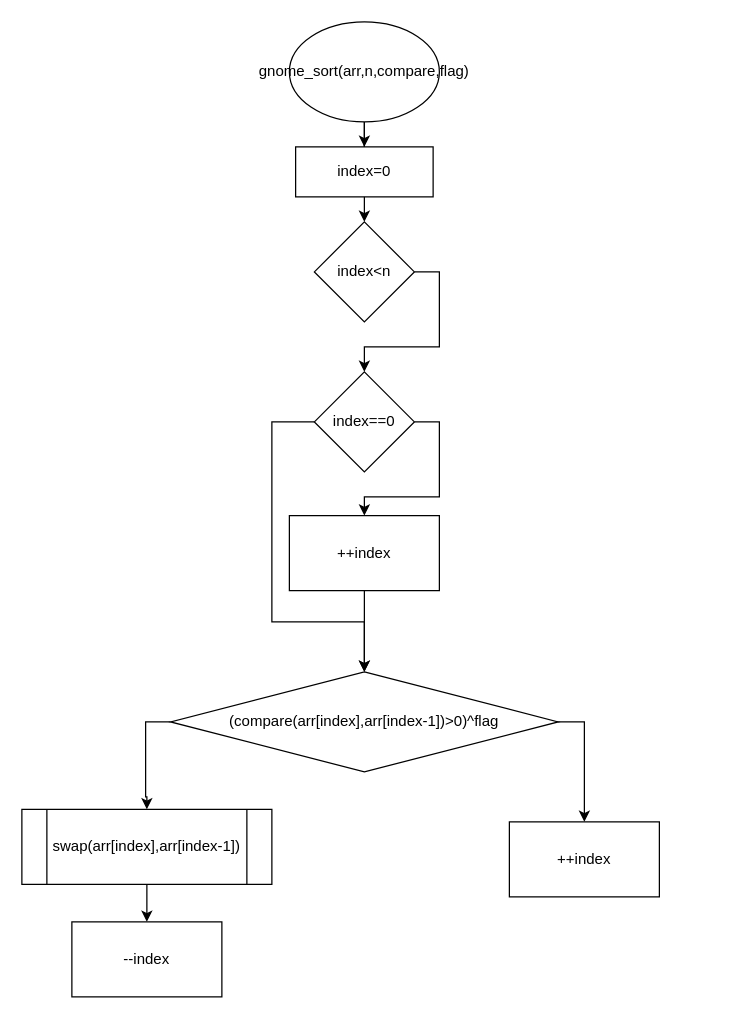
The draw.io diagram page "gnome_sort" (1 of 5) of lab5.drawio in Alvald1/draw.io, before the edit. Source tidied: cells renumbered, new cells numbered last; positions are measured from the earlier drawing's top-left corner, leaving out a move shared by most shapes. Both pictures are drawn from the tidied source at 125%, with x=0, y=0 at pixel (21, 21).
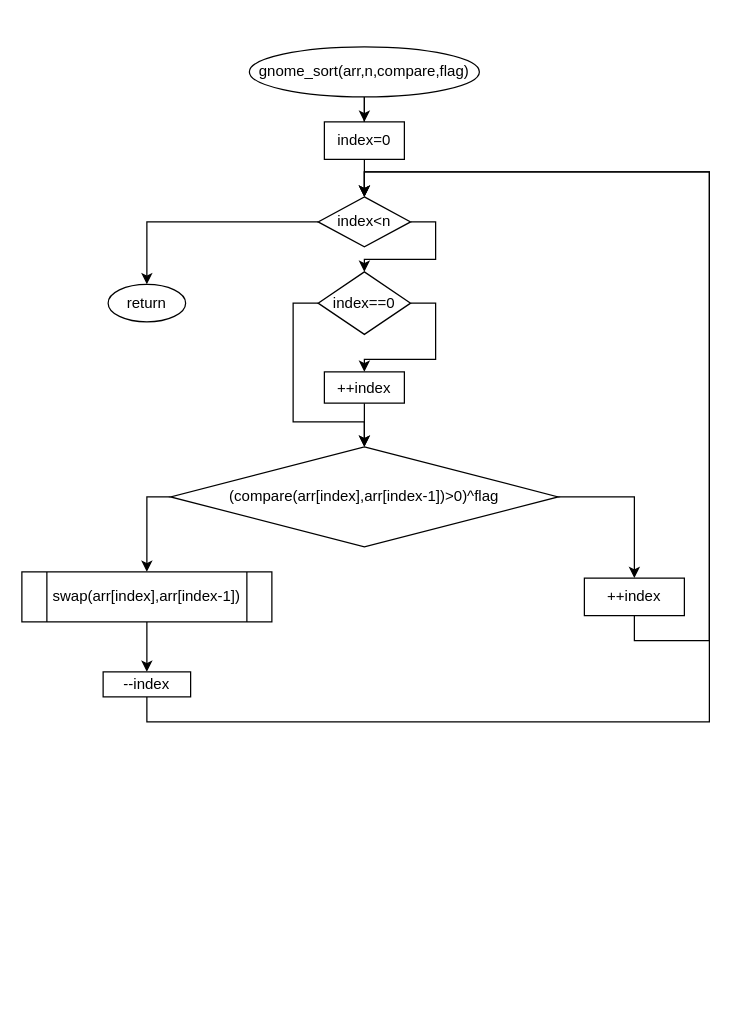
The same diagram, later.

Change to the diagram source:
```diff
@@
     <mxCell id="4" value="gnome_sort(arr,n,compare,flag)" style="ellipse;whiteSpace=wrap;html=1;" parent="1" vertex="1">
-      <mxGeometry x="214" width="120" height="80" as="geometry" />
+      <mxGeometry x="182" y="20" width="184" height="40" as="geometry" />
     </mxCell>
     <mxCell id="5" value="index=0" style="rounded=0;whiteSpace=wrap;html=1;" parent="1" vertex="1">
-      <mxGeometry x="219" y="100" width="110" height="40" as="geometry" />
+      <mxGeometry x="242" y="80" width="64" height="30" as="geometry" />
     </mxCell>
     <mxCell id="6" style="edgeStyle=orthogonalEdgeStyle;rounded=0;jettySize=auto;html=1;exitX=1;exitY=0.5;exitDx=0;exitDy=0;entryX=0.5;entryY=0;entryDx=0;entryDy=0;" parent="1" edge="1" source="7" target="10">
-      <mxGeometry relative="1" as="geometry" />
+      <mxGeometry relative="1" as="geometry">
+        <Array as="points">
+          <mxPoint x="331" y="160" />
+          <mxPoint x="331" y="190" />
+          <mxPoint x="274" y="190" />
+        </Array>
+      </mxGeometry>
     </mxCell>
+    <mxCell id="20" style="edgeStyle=orthogonalEdgeStyle;rounded=0;jettySize=auto;html=1;exitX=0;exitY=0.5;exitDx=0;exitDy=0;" parent="1" edge="1" source="7" target="23">
+      <mxGeometry relative="1" as="geometry" />
+    </mxCell>
     <mxCell id="7" value="index&amp;lt;n" style="rhombus;whiteSpace=wrap;html=1;" parent="1" vertex="1">
-      <mxGeometry x="234" y="160" width="80" height="80" as="geometry" />
+      <mxGeometry x="237" y="140" width="74" height="40" as="geometry" />
     </mxCell>
@@
     <mxCell id="9" style="edgeStyle=orthogonalEdgeStyle;rounded=0;jettySize=auto;html=1;exitX=0;exitY=0.5;exitDx=0;exitDy=0;entryX=0.5;entryY=0;entryDx=0;entryDy=0;" parent="1" edge="1" source="10" target="15">
       <mxGeometry relative="1" as="geometry">
         <Array as="points">
-          <mxPoint x="200" y="320" />
-          <mxPoint x="200" y="480" />
-          <mxPoint x="274" y="480" />
+          <mxPoint x="217" y="225" />
+          <mxPoint x="217" y="320" />
+          <mxPoint x="274" y="320" />
         </Array>
       </mxGeometry>
     </mxCell>
     <mxCell id="10" value="index==0" style="rhombus;whiteSpace=wrap;html=1;" parent="1" vertex="1">
-      <mxGeometry x="234" y="280" width="80" height="80" as="geometry" />
+      <mxGeometry x="237" y="200" width="74" height="50" as="geometry" />
     </mxCell>
@@
     <mxCell id="12" value="++index" style="rounded=0;whiteSpace=wrap;html=1;" parent="1" vertex="1">
-      <mxGeometry x="214" y="395" width="120" height="60" as="geometry" />
+      <mxGeometry x="242" y="280" width="64" height="25" as="geometry" />
     </mxCell>
@@
     <mxCell id="14" style="edgeStyle=orthogonalEdgeStyle;rounded=0;jettySize=auto;html=1;exitX=0;exitY=0.5;exitDx=0;exitDy=0;entryX=0.5;entryY=0;entryDx=0;entryDy=0;" parent="1" edge="1" source="15" target="18">
-      <mxGeometry relative="1" as="geometry" />
+      <mxGeometry relative="1" as="geometry">
+        <Array as="points">
+          <mxPoint x="100" y="380" />
+        </Array>
+      </mxGeometry>
     </mxCell>
     <mxCell id="15" value="(compare(arr[index],arr[index-1])&amp;gt;0)^flag" style="rhombus;whiteSpace=wrap;html=1;" parent="1" vertex="1">
-      <mxGeometry x="119" y="520" width="310" height="80" as="geometry" />
+      <mxGeometry x="119" y="340" width="310" height="80" as="geometry" />
     </mxCell>
+    <mxCell id="21" style="edgeStyle=orthogonalEdgeStyle;rounded=0;jettySize=auto;html=1;exitX=0.5;exitY=1;exitDx=0;exitDy=0;entryX=0.5;entryY=0;entryDx=0;entryDy=0;" parent="1" edge="1" source="16" target="7">
+      <mxGeometry relative="1" as="geometry">
+        <Array as="points">
+          <mxPoint x="490" y="495" />
+          <mxPoint x="550" y="495" />
+          <mxPoint x="550" y="120" />
+          <mxPoint x="274" y="120" />
+        </Array>
+      </mxGeometry>
+    </mxCell>
     <mxCell id="16" value="++index" style="rounded=0;whiteSpace=wrap;html=1;" parent="1" vertex="1">
-      <mxGeometry x="390" y="640" width="120" height="60" as="geometry" />
+      <mxGeometry x="450" y="445" width="80" height="30" as="geometry" />
     </mxCell>
@@
     <mxCell id="18" value="swap(arr[index],arr[index-1])" style="shape=process;whiteSpace=wrap;html=1;backgroundOutline=1;" parent="1" vertex="1">
-      <mxGeometry y="630" width="200" height="60" as="geometry" />
+      <mxGeometry y="440" width="200" height="40" as="geometry" />
     </mxCell>
+    <mxCell id="22" style="edgeStyle=orthogonalEdgeStyle;rounded=0;jettySize=auto;html=1;exitX=0.5;exitY=1;exitDx=0;exitDy=0;entryX=0.5;entryY=0;entryDx=0;entryDy=0;" parent="1" edge="1" source="19" target="7">
+      <mxGeometry relative="1" as="geometry">
+        <Array as="points">
+          <mxPoint x="100" y="560" />
+          <mxPoint x="550" y="560" />
+          <mxPoint x="550" y="120" />
+          <mxPoint x="274" y="120" />
+        </Array>
+      </mxGeometry>
+    </mxCell>
     <mxCell id="19" value="--index" style="rounded=0;whiteSpace=wrap;html=1;" parent="1" vertex="1">
-      <mxGeometry x="40" y="720" width="120" height="60" as="geometry" />
+      <mxGeometry x="65" y="520" width="70" height="20" as="geometry" />
     </mxCell>
+    <mxCell id="23" value="return" style="ellipse;whiteSpace=wrap;html=1;" parent="1" vertex="1">
+      <mxGeometry x="69" y="210" width="62" height="30" as="geometry" />
+    </mxCell>
```
